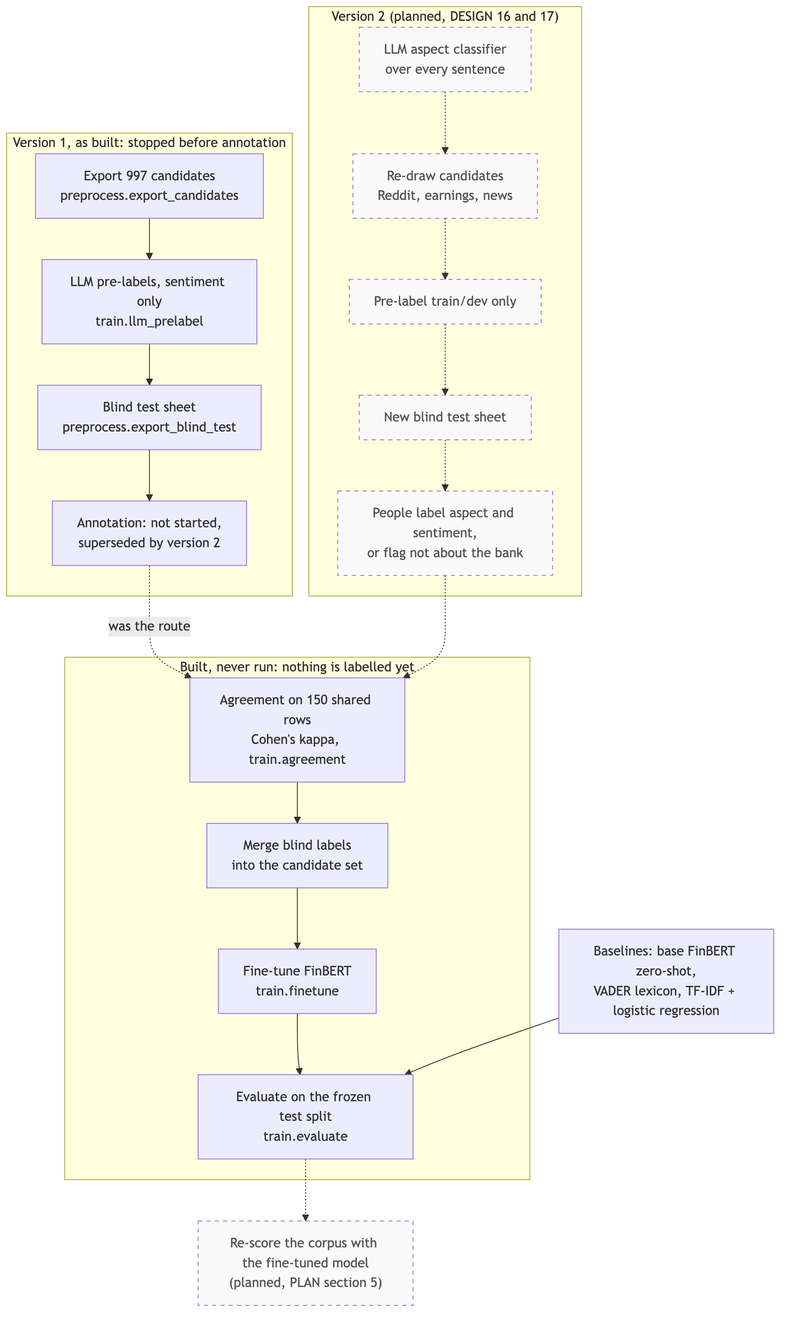
The Mermaid diagram docs/diagrams/img/09-labelling-training.png in Gavingyh/plp-project, before a commit. Its source is kept beside it as docs/diagrams/src/09-labelling-training.mmd. The source it was exported from:
```mermaid
flowchart TB
  accTitle: Labelling and training workflow
  accDescr: Version 1 exported and pre-labelled candidates but was never labelled. Version 2, planned, classifies aspects first, re-draws candidates and labels aspect and sentiment. Training and evaluation are written but have never run.

  subgraph v1["Version 1, as built: stopped before annotation"]
    exp["Export 997 candidates<br/>preprocess.export_candidates"]
    pre1["LLM pre-labels, sentiment only<br/>train.llm_prelabel"]
    blind1["Blind test sheet<br/>preprocess.export_blind_test"]
    ann1["Annotation: not started,<br/>superseded by version 2"]
  end

  subgraph v2["Version 2 (planned, DESIGN 16 and 17)"]
    cls["LLM aspect classifier<br/>over every sentence"]
    redraw["Re-draw candidates<br/>Reddit, earnings, news"]
    pre2["Pre-label train/dev only"]
    blind2["New blind test sheet"]
    ann2["People label aspect and sentiment,<br/>or flag not about the bank"]
  end

  subgraph train["Built, never run: nothing is labelled yet"]
    agree["Agreement on 150 shared rows<br/>Cohen's kappa, train.agreement"]
    merge["Merge blind labels<br/>into the candidate set"]
    ft["Fine-tune FinBERT<br/>train.finetune"]
    ev["Evaluate on the frozen test split<br/>train.evaluate"]
  end

  base["Baselines: base FinBERT zero-shot,<br/>VADER lexicon, TF-IDF + logistic regression"]
  rescore["Re-score the corpus with the fine-tuned model<br/>(planned, PLAN section 5)"]

  exp --> pre1 --> blind1 --> ann1
  cls -.-> redraw -.-> pre2 -.-> blind2 -.-> ann2
  ann1 -. "was the route" .-> agree
  ann2 -.-> agree
  agree --> merge --> ft --> ev
  base --> ev
  ev -.-> rescore

  classDef planned stroke-dasharray: 5 5,color:#555,fill:#fafafa;
  class cls,redraw,pre2,blind2,ann2,rescore planned;
```
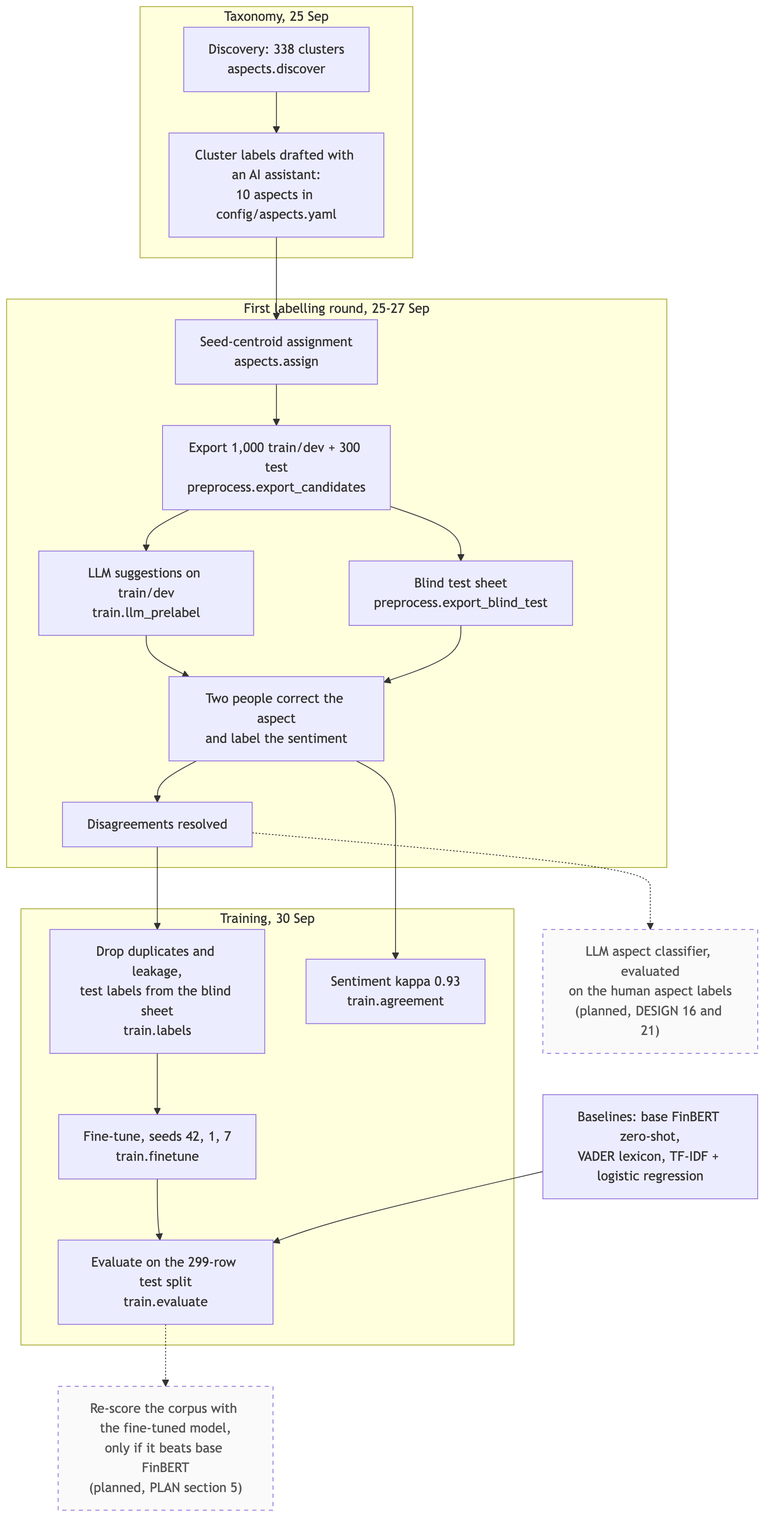
After the commit.

Diff of the diagram source:
```diff
@@ -1,39 +1,40 @@
 flowchart TB
   accTitle: Labelling and training workflow
-  accDescr: Version 1 exported and pre-labelled candidates but was never labelled. Version 2, planned, classifies aspects first, re-draws candidates and labels aspect and sentiment. Training and evaluation are written but have never run.
+  accDescr: The taxonomy came from labelling 338 discovery clusters. Candidates were assigned, exported with a blind test sheet, labelled by two people and resolved. The labels were cleaned, agreement measured, and FinBERT fine-tuned over three seeds and evaluated against baselines. An LLM aspect classifier and re-scoring the corpus are planned.
 
-  subgraph v1["Version 1, as built: stopped before annotation"]
-    exp["Export 997 candidates<br/>preprocess.export_candidates"]
-    pre1["LLM pre-labels, sentiment only<br/>train.llm_prelabel"]
-    blind1["Blind test sheet<br/>preprocess.export_blind_test"]
-    ann1["Annotation: not started,<br/>superseded by version 2"]
+  subgraph tax["Taxonomy, 25 Sep"]
+    disc["Discovery: 338 clusters<br/>aspects.discover"]
+    lab["Cluster labels drafted with an AI assistant:<br/>10 aspects in config/aspects.yaml"]
   end
 
-  subgraph v2["Version 2 (planned, DESIGN 16 and 17)"]
-    cls["LLM aspect classifier<br/>over every sentence"]
-    redraw["Re-draw candidates<br/>Reddit, earnings, news"]
-    pre2["Pre-label train/dev only"]
-    blind2["New blind test sheet"]
-    ann2["People label aspect and sentiment,<br/>or flag not about the bank"]
+  subgraph round["First labelling round, 25-27 Sep"]
+    asg["Seed-centroid assignment<br/>aspects.assign"]
+    exp["Export 1,000 train/dev + 300 test<br/>preprocess.export_candidates"]
+    pre["LLM suggestions on train/dev<br/>train.llm_prelabel"]
+    blind["Blind test sheet<br/>preprocess.export_blind_test"]
+    two["Two people correct the aspect<br/>and label the sentiment"]
+    res["Disagreements resolved"]
   end
 
-  subgraph train["Built, never run: nothing is labelled yet"]
-    agree["Agreement on 150 shared rows<br/>Cohen's kappa, train.agreement"]
-    merge["Merge blind labels<br/>into the candidate set"]
-    ft["Fine-tune FinBERT<br/>train.finetune"]
-    ev["Evaluate on the frozen test split<br/>train.evaluate"]
+  subgraph use["Training, 30 Sep"]
+    clean["Drop duplicates and leakage,<br/>test labels from the blind sheet<br/>train.labels"]
+    agree["Sentiment kappa 0.93<br/>train.agreement"]
+    ft["Fine-tune, seeds 42, 1, 7<br/>train.finetune"]
+    ev["Evaluate on the 299-row test split<br/>train.evaluate"]
   end
 
   base["Baselines: base FinBERT zero-shot,<br/>VADER lexicon, TF-IDF + logistic regression"]
-  rescore["Re-score the corpus with the fine-tuned model<br/>(planned, PLAN section 5)"]
+  llm["LLM aspect classifier, evaluated<br/>on the human aspect labels<br/>(planned, DESIGN 16 and 21)"]
+  rescore["Re-score the corpus with the fine-tuned model,<br/>only if it beats base FinBERT<br/>(planned, PLAN section 5)"]
 
-  exp --> pre1 --> blind1 --> ann1
-  cls -.-> redraw -.-> pre2 -.-> blind2 -.-> ann2
-  ann1 -. "was the route" .-> agree
-  ann2 -.-> agree
-  agree --> merge --> ft --> ev
+  disc --> lab --> asg --> exp
+  exp --> pre --> two
+  exp --> blind --> two
+  two --> res --> clean --> ft --> ev
+  two --> agree
   base --> ev
+  res -.-> llm
   ev -.-> rescore
 
   classDef planned stroke-dasharray: 5 5,color:#555,fill:#fafafa;
-  class cls,redraw,pre2,blind2,ann2,rescore planned;
+  class llm,rescore planned;
```
